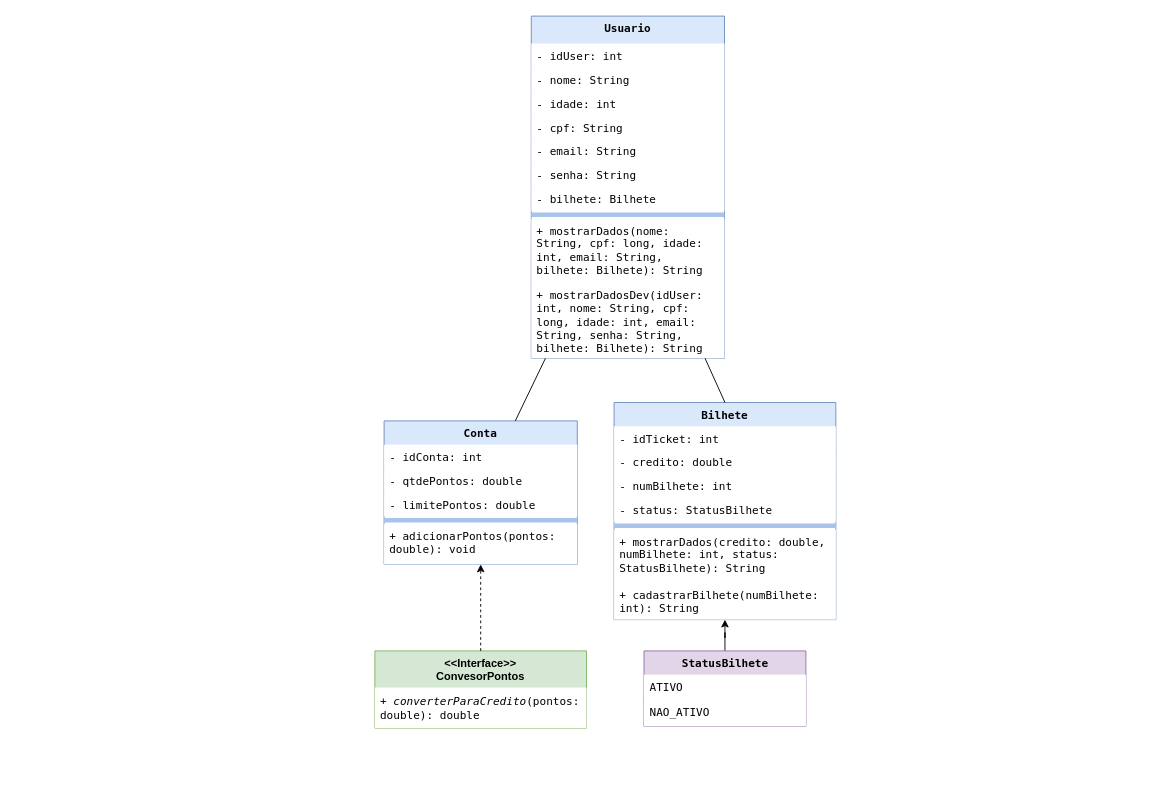
Earlier version of the draw.io diagram soulpass_project/java_soulpass_diagram.drawio (SoulPass-1TDSPJ/java_soulpass). Source tidied: cells renumbered, new cells numbered last; positions are measured from the earlier drawing's top-left corner, leaving out a move shared by most shapes. Both pictures are drawn from the tidied source at 92%, with x=0, y=0 at pixel (374, 16).
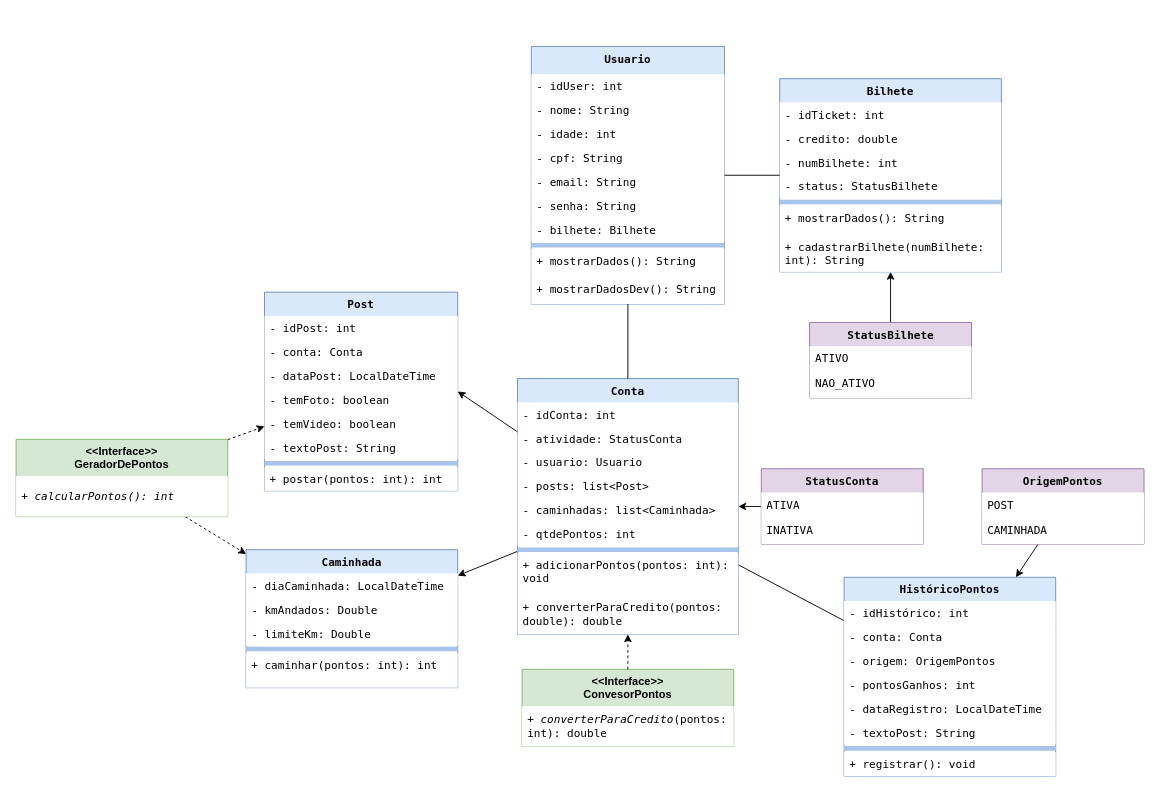
After the change.

Commit message:
docs: Diagrama de classes atualizado e concluido

What changed in the source:
```diff
@@
     <mxCell id="2" value="Usuario" style="swimlane;fontStyle=1;align=center;verticalAlign=top;horizontal=1;startSize=30;whiteSpace=wrap;html=1;fillColor=#dae8fc;strokeColor=#6c8ebf;rounded=0;swimlaneLine=0;arcSize=50;glass=0;shadow=0;fontColor=#000000;fontFamily=Lucida Console;" parent="1" vertex="1">
-      <mxGeometry x="170" width="210" height="372" as="geometry" />
+      <mxGeometry x="170" y="33" width="210" height="280" as="geometry" />
     </mxCell>
@@
-    <mxCell id="11" value="+ mostrarDados(nome: String, cpf: long, idade: int, email: String, bilhete: Bilhete): String" style="text;strokeColor=none;fillColor=#FFFFFF;align=left;verticalAlign=top;spacingLeft=4;spacingRight=4;overflow=hidden;whiteSpace=wrap;html=1;fontColor=#000000;rounded=0;fontFamily=Lucida Console;" parent="2" vertex="1">
-      <mxGeometry y="220" width="210" height="70" as="geometry" />
+    <mxCell id="11" value="+ mostrarDados(): String" style="text;strokeColor=none;fillColor=#FFFFFF;align=left;verticalAlign=top;spacingLeft=4;spacingRight=4;overflow=hidden;whiteSpace=wrap;html=1;fontColor=#000000;rounded=0;fontFamily=Lucida Console;" parent="2" vertex="1">
+      <mxGeometry y="220" width="210" height="30" as="geometry" />
     </mxCell>
-    <mxCell id="12" value="+ mostrarDadosDev(idUser: int, nome: String, cpf: long, idade: int, email: String, senha: String, bilhete: Bilhete): String" style="text;strokeColor=none;fillColor=#FFFFFF;align=left;verticalAlign=top;spacingLeft=4;spacingRight=4;overflow=hidden;whiteSpace=wrap;html=1;fontColor=#000000;rounded=0;fontFamily=Lucida Console;" parent="2" vertex="1">
-      <mxGeometry y="290" width="210" height="82" as="geometry" />
+    <mxCell id="12" value="+ mostrarDadosDev(): String" style="text;strokeColor=none;fillColor=#FFFFFF;align=left;verticalAlign=top;spacingLeft=4;spacingRight=4;overflow=hidden;whiteSpace=wrap;html=1;fontColor=#000000;rounded=0;fontFamily=Lucida Console;" parent="2" vertex="1">
+      <mxGeometry y="250" width="210" height="30" as="geometry" />
     </mxCell>
+    <mxCell id="36" style="rounded=0;jettySize=auto;html=1;" parent="1" edge="1" source="13" target="52">
+      <mxGeometry relative="1" as="geometry" />
+    </mxCell>
+    <mxCell id="37" style="rounded=0;jettySize=auto;html=1;endArrow=none;endFill=0;" parent="1" edge="1" source="13" target="67">
+      <mxGeometry relative="1" as="geometry" />
+    </mxCell>
     <mxCell id="13" value="Conta" style="swimlane;fontStyle=1;align=center;verticalAlign=top;horizontal=1;startSize=26;whiteSpace=wrap;html=1;fillColor=#dae8fc;strokeColor=#6c8ebf;shadow=0;swimlaneLine=0;rounded=0;fontColor=#000000;fontFamily=Lucida Console;" parent="1" vertex="1">
-      <mxGeometry x="10" y="440" width="210" height="156" as="geometry" />
+      <mxGeometry x="155" y="394" width="240" height="278" as="geometry" />
     </mxCell>
     <mxCell id="14" value="- idConta: int" style="text;align=left;verticalAlign=top;spacingLeft=4;spacingRight=4;overflow=hidden;whiteSpace=wrap;html=1;glass=0;fillColor=#FFFFFF;fontColor=#000000;strokeColor=none;fontFamily=Lucida Console;" parent="13" vertex="1">
-      <mxGeometry y="26" width="210" height="26" as="geometry" />
+      <mxGeometry y="26" width="240" height="26" as="geometry" />
     </mxCell>
+    <mxCell id="38" value="- atividade: StatusConta" style="text;align=left;verticalAlign=top;spacingLeft=4;spacingRight=4;overflow=hidden;whiteSpace=wrap;html=1;glass=0;fillColor=#FFFFFF;fontColor=#000000;strokeColor=none;fontFamily=Lucida Console;" parent="13" vertex="1">
+      <mxGeometry y="52" width="240" height="26" as="geometry" />
+    </mxCell>
+    <mxCell id="39" value="- usuario: Usuario" style="text;align=left;verticalAlign=top;spacingLeft=4;spacingRight=4;overflow=hidden;whiteSpace=wrap;html=1;glass=0;fillColor=#FFFFFF;fontColor=#000000;strokeColor=none;fontFamily=Lucida Console;" parent="13" vertex="1">
+      <mxGeometry y="78" width="240" height="26" as="geometry" />
+    </mxCell>
+    <mxCell id="40" value="- posts: list&amp;lt;Post&amp;gt;" style="text;align=left;verticalAlign=top;spacingLeft=4;spacingRight=4;overflow=hidden;whiteSpace=wrap;html=1;glass=0;fillColor=#FFFFFF;fontColor=#000000;strokeColor=none;fontFamily=Lucida Console;" parent="13" vertex="1">
+      <mxGeometry y="104" width="240" height="26" as="geometry" />
+    </mxCell>
+    <mxCell id="41" value="- caminhadas: list&amp;lt;Caminhada&amp;gt;" style="text;align=left;verticalAlign=top;spacingLeft=4;spacingRight=4;overflow=hidden;whiteSpace=wrap;html=1;glass=0;fillColor=#FFFFFF;fontColor=#000000;strokeColor=none;fontFamily=Lucida Console;" parent="13" vertex="1">
+      <mxGeometry y="130" width="240" height="26" as="geometry" />
+    </mxCell>
-    <mxCell id="15" value="- qtdePontos: double" style="text;strokeColor=none;fillColor=#FFFFFF;align=left;verticalAlign=top;spacingLeft=4;spacingRight=4;overflow=hidden;whiteSpace=wrap;html=1;fontColor=#000000;fontFamily=Lucida Console;" parent="13" vertex="1">
-      <mxGeometry y="52" width="210" height="26" as="geometry" />
+    <mxCell id="15" value="- qtdePontos: int" style="text;strokeColor=none;fillColor=#FFFFFF;align=left;verticalAlign=top;spacingLeft=4;spacingRight=4;overflow=hidden;whiteSpace=wrap;html=1;fontColor=#000000;fontFamily=Lucida Console;" parent="13" vertex="1">
+      <mxGeometry y="156" width="240" height="26" as="geometry" />
     </mxCell>
-    <mxCell id="16" value="- limitePontos: double" style="text;strokeColor=none;fillColor=#FFFFFF;align=left;verticalAlign=top;spacingLeft=4;spacingRight=4;overflow=hidden;whiteSpace=wrap;html=1;fontColor=#000000;fontFamily=Lucida Console;" parent="13" vertex="1">
-      <mxGeometry y="78" width="210" height="26" as="geometry" />
-    </mxCell>
     <mxCell id="17" style="line;strokeWidth=5;fillColor=none;align=left;verticalAlign=middle;spacingTop=-1;spacingLeft=3;spacingRight=3;labelPosition=right;strokeColor=#A9C4EB;" parent="13" vertex="1">
-      <mxGeometry y="104" width="210" height="8" as="geometry" />
+      <mxGeometry y="182" width="240" height="8" as="geometry" />
     </mxCell>
-    <mxCell id="18" value="+ adicionarPontos(pontos: double): void" style="text;strokeColor=none;fillColor=#FFFFFF;align=left;verticalAlign=top;spacingLeft=4;spacingRight=4;overflow=hidden;whiteSpace=wrap;html=1;fontColor=#000000;fontFamily=Lucida Console;" parent="13" vertex="1">
-      <mxGeometry y="112" width="210" height="44" as="geometry" />
+    <mxCell id="18" value="+ adicionarPontos(pontos: int): void" style="text;strokeColor=none;fillColor=#FFFFFF;align=left;verticalAlign=top;spacingLeft=4;spacingRight=4;overflow=hidden;whiteSpace=wrap;html=1;fontColor=#000000;fontFamily=Lucida Console;" parent="13" vertex="1">
+      <mxGeometry y="190" width="240" height="44" as="geometry" />
     </mxCell>
+    <mxCell id="42" value="+ converterParaCredito(pontos: double): double" style="text;strokeColor=none;fillColor=#FFFFFF;align=left;verticalAlign=middle;spacingLeft=4;spacingRight=4;overflow=hidden;whiteSpace=wrap;html=1;fontColor=#000000;fontFamily=Lucida Console;" parent="13" vertex="1">
+      <mxGeometry y="234" width="240" height="44" as="geometry" />
+    </mxCell>
@@
     <mxCell id="20" value="StatusBilhete" style="swimlane;fontStyle=1;align=center;verticalAlign=top;horizontal=1;startSize=26;whiteSpace=wrap;html=1;fillColor=#e1d5e7;strokeColor=#9673a6;swimlaneLine=0;fontColor=#000000;fontFamily=Lucida Console;" parent="1" vertex="1">
-      <mxGeometry x="292.5" y="690" width="176" height="82" as="geometry" />
+      <mxGeometry x="472.5" y="333" width="176" height="82" as="geometry" />
     </mxCell>
@@
     <mxCell id="23" value="Bilhete" style="swimlane;fontStyle=1;align=center;verticalAlign=top;horizontal=1;startSize=26;whiteSpace=wrap;html=1;fillColor=#dae8fc;strokeColor=#6c8ebf;rounded=0;swimlaneLine=0;fontColor=#000000;fontFamily=Lucida Console;" parent="1" vertex="1">
-      <mxGeometry x="260" y="420" width="241" height="236" as="geometry" />
+      <mxGeometry x="440" y="68" width="241" height="210" as="geometry" />
     </mxCell>
@@
-    <mxCell id="29" value="+ mostrarDados(credito: double, numBilhete: int, status: StatusBilhete): String" style="text;strokeColor=none;fillColor=#FFFFFF;align=left;verticalAlign=top;spacingLeft=4;spacingRight=4;overflow=hidden;whiteSpace=wrap;html=1;fontColor=#000000;fontFamily=Lucida Console;" parent="23" vertex="1">
-      <mxGeometry y="138" width="241" height="58" as="geometry" />
+    <mxCell id="29" value="+ mostrarDados(): String" style="text;strokeColor=none;fillColor=#FFFFFF;align=left;verticalAlign=top;spacingLeft=4;spacingRight=4;overflow=hidden;whiteSpace=wrap;html=1;fontColor=#000000;fontFamily=Lucida Console;" parent="23" vertex="1">
+      <mxGeometry y="138" width="241" height="32" as="geometry" />
     </mxCell>
     <mxCell id="30" value="+ cadastrarBilhete(numBilhete: int): String" style="text;strokeColor=none;fillColor=default;align=left;verticalAlign=top;spacingLeft=4;spacingRight=4;overflow=hidden;whiteSpace=wrap;html=1;fontFamily=Lucida Console;fontColor=#000000;" parent="23" vertex="1">
-      <mxGeometry y="196" width="241" height="40" as="geometry" />
+      <mxGeometry y="170" width="241" height="40" as="geometry" />
     </mxCell>
     <mxCell id="31" value="&lt;div&gt;&amp;lt;&amp;lt;Interface&amp;gt;&amp;gt;&lt;/div&gt;ConvesorPontos" style="swimlane;fontStyle=1;align=center;verticalAlign=top;horizontal=1;startSize=40;whiteSpace=wrap;html=1;fillColor=#d5e8d4;strokeColor=#82b366;swimlaneLine=0;" parent="1" vertex="1">
-      <mxGeometry y="690" width="230" height="84" as="geometry" />
+      <mxGeometry x="160" y="710" width="230" height="84" as="geometry" />
     </mxCell>
-    <mxCell id="32" value="+ &lt;i&gt;converterParaCredito&lt;/i&gt;(pontos: double): double" style="text;strokeColor=none;fillColor=#FFFFFF;align=left;verticalAlign=middle;spacingLeft=4;spacingRight=4;overflow=hidden;whiteSpace=wrap;html=1;fontColor=#000000;fontFamily=Lucida Console;" parent="31" vertex="1">
+    <mxCell id="32" value="+ &lt;i&gt;converterParaCredito&lt;/i&gt;(pontos: int): double" style="text;strokeColor=none;fillColor=#FFFFFF;align=left;verticalAlign=middle;spacingLeft=4;spacingRight=4;overflow=hidden;whiteSpace=wrap;html=1;fontColor=#000000;fontFamily=Lucida Console;" parent="31" vertex="1">
       <mxGeometry y="40" width="230" height="44" as="geometry" />
     </mxCell>
@@
-    <mxCell id="35" style="endArrow=none;html=1;rounded=0;entryX=0.5;entryY=0;entryDx=0;entryDy=0;" parent="1" edge="1" source="2" target="23">
+    <mxCell id="35" style="endArrow=none;html=1;rounded=0;" parent="1" edge="1" source="2" target="23">
       <mxGeometry relative="1" as="geometry" />
     </mxCell>
+    <mxCell id="43" value="Post" style="swimlane;fontStyle=1;align=center;verticalAlign=top;horizontal=1;startSize=26;whiteSpace=wrap;html=1;fillColor=#dae8fc;strokeColor=#6c8ebf;shadow=0;swimlaneLine=0;rounded=0;fontColor=#000000;fontFamily=Lucida Console;" parent="1" vertex="1">
+      <mxGeometry x="-120" y="300" width="210" height="216" as="geometry" />
+    </mxCell>
+    <mxCell id="44" value="- idPost: int" style="text;align=left;verticalAlign=top;spacingLeft=4;spacingRight=4;overflow=hidden;whiteSpace=wrap;html=1;glass=0;fillColor=#FFFFFF;fontColor=#000000;strokeColor=none;fontFamily=Lucida Console;" parent="43" vertex="1">
+      <mxGeometry y="26" width="210" height="26" as="geometry" />
+    </mxCell>
+    <mxCell id="45" value="- conta: Conta" style="text;align=left;verticalAlign=top;spacingLeft=4;spacingRight=4;overflow=hidden;whiteSpace=wrap;html=1;glass=0;fillColor=#FFFFFF;fontColor=#000000;strokeColor=none;fontFamily=Lucida Console;" parent="43" vertex="1">
+      <mxGeometry y="52" width="210" height="26" as="geometry" />
+    </mxCell>
+    <mxCell id="46" value="- dataPost: LocalDateTime" style="text;align=left;verticalAlign=top;spacingLeft=4;spacingRight=4;overflow=hidden;whiteSpace=wrap;html=1;glass=0;fillColor=#FFFFFF;fontColor=#000000;strokeColor=none;fontFamily=Lucida Console;" parent="43" vertex="1">
+      <mxGeometry y="78" width="210" height="26" as="geometry" />
+    </mxCell>
+    <mxCell id="47" value="- temFoto: boolean" style="text;strokeColor=none;fillColor=#FFFFFF;align=left;verticalAlign=top;spacingLeft=4;spacingRight=4;overflow=hidden;whiteSpace=wrap;html=1;fontColor=#000000;fontFamily=Lucida Console;" parent="43" vertex="1">
+      <mxGeometry y="104" width="210" height="26" as="geometry" />
+    </mxCell>
+    <mxCell id="48" value="- temVideo: boolean" style="text;strokeColor=none;fillColor=#FFFFFF;align=left;verticalAlign=top;spacingLeft=4;spacingRight=4;overflow=hidden;whiteSpace=wrap;html=1;fontColor=#000000;fontFamily=Lucida Console;" parent="43" vertex="1">
+      <mxGeometry y="130" width="210" height="26" as="geometry" />
+    </mxCell>
+    <mxCell id="49" value="- textoPost: String" style="text;strokeColor=none;fillColor=#FFFFFF;align=left;verticalAlign=top;spacingLeft=4;spacingRight=4;overflow=hidden;whiteSpace=wrap;html=1;fontColor=#000000;fontFamily=Lucida Console;" parent="43" vertex="1">
+      <mxGeometry y="156" width="210" height="26" as="geometry" />
+    </mxCell>
+    <mxCell id="50" style="line;strokeWidth=5;fillColor=none;align=left;verticalAlign=middle;spacingTop=-1;spacingLeft=3;spacingRight=3;labelPosition=right;strokeColor=#A9C4EB;" parent="43" vertex="1">
+      <mxGeometry y="182" width="210" height="8" as="geometry" />
+    </mxCell>
+    <mxCell id="51" value="+ postar(pontos: int): int" style="text;strokeColor=none;fillColor=#FFFFFF;align=left;verticalAlign=top;spacingLeft=4;spacingRight=4;overflow=hidden;whiteSpace=wrap;html=1;fontColor=#000000;fontFamily=Lucida Console;" parent="43" vertex="1">
+      <mxGeometry y="190" width="210" height="26" as="geometry" />
+    </mxCell>
+    <mxCell id="52" value="Caminhada" style="swimlane;fontStyle=1;align=center;verticalAlign=top;horizontal=1;startSize=26;whiteSpace=wrap;html=1;fillColor=#dae8fc;strokeColor=#6c8ebf;shadow=0;swimlaneLine=0;rounded=0;fontColor=#000000;fontFamily=Lucida Console;" parent="1" vertex="1">
+      <mxGeometry x="-140" y="580" width="230" height="150" as="geometry" />
+    </mxCell>
+    <mxCell id="53" value="- diaCaminhada: LocalDateTime" style="text;align=left;verticalAlign=top;spacingLeft=4;spacingRight=4;overflow=hidden;whiteSpace=wrap;html=1;glass=0;fillColor=#FFFFFF;fontColor=#000000;strokeColor=none;fontFamily=Lucida Console;" parent="52" vertex="1">
+      <mxGeometry y="26" width="230" height="26" as="geometry" />
+    </mxCell>
+    <mxCell id="54" value="- kmAndados: Double" style="text;align=left;verticalAlign=top;spacingLeft=4;spacingRight=4;overflow=hidden;whiteSpace=wrap;html=1;glass=0;fillColor=#FFFFFF;fontColor=#000000;strokeColor=none;fontFamily=Lucida Console;" parent="52" vertex="1">
+      <mxGeometry y="52" width="230" height="26" as="geometry" />
+    </mxCell>
+    <mxCell id="55" value="- limiteKm: Double" style="text;align=left;verticalAlign=top;spacingLeft=4;spacingRight=4;overflow=hidden;whiteSpace=wrap;html=1;glass=0;fillColor=#FFFFFF;fontColor=#000000;strokeColor=none;fontFamily=Lucida Console;" parent="52" vertex="1">
+      <mxGeometry y="78" width="230" height="26" as="geometry" />
+    </mxCell>
+    <mxCell id="56" style="line;strokeWidth=5;fillColor=none;align=left;verticalAlign=middle;spacingTop=-1;spacingLeft=3;spacingRight=3;labelPosition=right;strokeColor=#A9C4EB;" parent="52" vertex="1">
+      <mxGeometry y="104" width="230" height="8" as="geometry" />
+    </mxCell>
+    <mxCell id="57" value="+ caminhar(pontos: int): int" style="text;strokeColor=none;fillColor=#FFFFFF;align=left;verticalAlign=top;spacingLeft=4;spacingRight=4;overflow=hidden;whiteSpace=wrap;html=1;fontColor=#000000;fontFamily=Lucida Console;" parent="52" vertex="1">
+      <mxGeometry y="112" width="230" height="38" as="geometry" />
+    </mxCell>
+    <mxCell id="58" style="rounded=0;jettySize=auto;html=1;entryX=1;entryY=0.5;entryDx=0;entryDy=0;" parent="1" edge="1" source="13" target="43">
+      <mxGeometry relative="1" as="geometry" />
+    </mxCell>
+    <mxCell id="59" style="rounded=0;jettySize=auto;html=1;endArrow=classic;endFill=1;" parent="1" edge="1" source="60" target="13">
+      <mxGeometry relative="1" as="geometry" />
+    </mxCell>
+    <mxCell id="60" value="StatusConta" style="swimlane;fontStyle=1;align=center;verticalAlign=top;horizontal=1;startSize=26;whiteSpace=wrap;html=1;fillColor=#e1d5e7;strokeColor=#9673a6;swimlaneLine=0;fontColor=#000000;fontFamily=Lucida Console;" parent="1" vertex="1">
+      <mxGeometry x="420" y="492" width="176" height="82" as="geometry" />
+    </mxCell>
+    <mxCell id="61" value="ATIVA" style="text;strokeColor=none;fillColor=#FFFFFF;align=left;verticalAlign=top;spacingLeft=4;spacingRight=4;overflow=hidden;whiteSpace=wrap;html=1;fontColor=#000000;fontFamily=Lucida Console;" parent="60" vertex="1">
+      <mxGeometry y="26" width="176" height="26" as="geometry" />
+    </mxCell>
+    <mxCell id="62" value="INATIVA" style="text;strokeColor=none;fillColor=#FFFFFF;align=left;verticalAlign=middle;spacingLeft=4;spacingRight=4;overflow=hidden;whiteSpace=wrap;html=1;fontColor=#000000;fontFamily=Lucida Console;" parent="60" vertex="1">
+      <mxGeometry y="52" width="176" height="30" as="geometry" />
+    </mxCell>
+    <mxCell id="63" style="rounded=0;jettySize=auto;html=1;endArrow=classic;endFill=1;" parent="1" edge="1" source="64" target="67">
+      <mxGeometry relative="1" as="geometry" />
+    </mxCell>
+    <mxCell id="64" value="OrigemPontos" style="swimlane;fontStyle=1;align=center;verticalAlign=top;horizontal=1;startSize=26;whiteSpace=wrap;html=1;fillColor=#e1d5e7;strokeColor=#9673a6;swimlaneLine=0;fontColor=#000000;fontFamily=Lucida Console;" parent="1" vertex="1">
+      <mxGeometry x="660" y="492" width="176" height="82" as="geometry" />
+    </mxCell>
+    <mxCell id="65" value="POST" style="text;strokeColor=none;fillColor=#FFFFFF;align=left;verticalAlign=top;spacingLeft=4;spacingRight=4;overflow=hidden;whiteSpace=wrap;html=1;fontColor=#000000;fontFamily=Lucida Console;" parent="64" vertex="1">
+      <mxGeometry y="26" width="176" height="26" as="geometry" />
+    </mxCell>
+    <mxCell id="66" value="CAMINHADA" style="text;strokeColor=none;fillColor=#FFFFFF;align=left;verticalAlign=middle;spacingLeft=4;spacingRight=4;overflow=hidden;whiteSpace=wrap;html=1;fontColor=#000000;fontFamily=Lucida Console;" parent="64" vertex="1">
+      <mxGeometry y="52" width="176" height="30" as="geometry" />
+    </mxCell>
+    <mxCell id="67" value="HistóricoPontos" style="swimlane;fontStyle=1;align=center;verticalAlign=top;horizontal=1;startSize=26;whiteSpace=wrap;html=1;fillColor=#dae8fc;strokeColor=#6c8ebf;shadow=0;swimlaneLine=0;rounded=0;fontColor=#000000;fontFamily=Lucida Console;" parent="1" vertex="1">
+      <mxGeometry x="510" y="610" width="230" height="216" as="geometry" />
+    </mxCell>
+    <mxCell id="68" value="- idHistórico: int" style="text;align=left;verticalAlign=top;spacingLeft=4;spacingRight=4;overflow=hidden;whiteSpace=wrap;html=1;glass=0;fillColor=#FFFFFF;fontColor=#000000;strokeColor=none;fontFamily=Lucida Console;" parent="67" vertex="1">
+      <mxGeometry y="26" width="230" height="26" as="geometry" />
+    </mxCell>
+    <mxCell id="69" value="- conta: Conta" style="text;align=left;verticalAlign=top;spacingLeft=4;spacingRight=4;overflow=hidden;whiteSpace=wrap;html=1;glass=0;fillColor=#FFFFFF;fontColor=#000000;strokeColor=none;fontFamily=Lucida Console;" parent="67" vertex="1">
+      <mxGeometry y="52" width="230" height="26" as="geometry" />
+    </mxCell>
+    <mxCell id="70" value="- origem: OrigemPontos" style="text;align=left;verticalAlign=top;spacingLeft=4;spacingRight=4;overflow=hidden;whiteSpace=wrap;html=1;glass=0;fillColor=#FFFFFF;fontColor=#000000;strokeColor=none;fontFamily=Lucida Console;" parent="67" vertex="1">
+      <mxGeometry y="78" width="230" height="26" as="geometry" />
+    </mxCell>
+    <mxCell id="71" value="- pontosGanhos: int" style="text;strokeColor=none;fillColor=#FFFFFF;align=left;verticalAlign=top;spacingLeft=4;spacingRight=4;overflow=hidden;whiteSpace=wrap;html=1;fontColor=#000000;fontFamily=Lucida Console;" parent="67" vertex="1">
+      <mxGeometry y="104" width="230" height="26" as="geometry" />
+    </mxCell>
+    <mxCell id="72" value="- dataRegistro: LocalDateTime" style="text;strokeColor=none;fillColor=#FFFFFF;align=left;verticalAlign=top;spacingLeft=4;spacingRight=4;overflow=hidden;whiteSpace=wrap;html=1;fontColor=#000000;fontFamily=Lucida Console;" parent="67" vertex="1">
+      <mxGeometry y="130" width="230" height="26" as="geometry" />
+    </mxCell>
+    <mxCell id="73" value="- textoPost: String" style="text;strokeColor=none;fillColor=#FFFFFF;align=left;verticalAlign=top;spacingLeft=4;spacingRight=4;overflow=hidden;whiteSpace=wrap;html=1;fontColor=#000000;fontFamily=Lucida Console;" parent="67" vertex="1">
+      <mxGeometry y="156" width="230" height="26" as="geometry" />
+    </mxCell>
+    <mxCell id="74" style="line;strokeWidth=5;fillColor=none;align=left;verticalAlign=middle;spacingTop=-1;spacingLeft=3;spacingRight=3;labelPosition=right;strokeColor=#A9C4EB;" parent="67" vertex="1">
+      <mxGeometry y="182" width="230" height="8" as="geometry" />
+    </mxCell>
+    <mxCell id="75" value="+ registrar(): void" style="text;strokeColor=none;fillColor=#FFFFFF;align=left;verticalAlign=top;spacingLeft=4;spacingRight=4;overflow=hidden;whiteSpace=wrap;html=1;fontColor=#000000;fontFamily=Lucida Console;" parent="67" vertex="1">
+      <mxGeometry y="190" width="230" height="26" as="geometry" />
+    </mxCell>
+    <mxCell id="76" style="rounded=0;jettySize=auto;html=1;dashed=1;" parent="1" edge="1" source="78" target="43">
+      <mxGeometry relative="1" as="geometry" />
+    </mxCell>
+    <mxCell id="77" style="rounded=0;jettySize=auto;html=1;dashed=1;" parent="1" edge="1" source="78" target="52">
+      <mxGeometry relative="1" as="geometry" />
+    </mxCell>
+    <mxCell id="78" value="&lt;div&gt;&amp;lt;&amp;lt;Interface&amp;gt;&amp;gt;&lt;/div&gt;&lt;div&gt;GeradorDePontos&lt;/div&gt;" style="swimlane;fontStyle=1;align=center;verticalAlign=top;horizontal=1;startSize=40;whiteSpace=wrap;html=1;fillColor=#d5e8d4;strokeColor=#82b366;swimlaneLine=0;" parent="1" vertex="1">
+      <mxGeometry x="-390" y="460" width="230" height="84" as="geometry" />
+    </mxCell>
+    <mxCell id="79" value="+ &lt;i&gt;calcularPontos(): int&lt;/i&gt;" style="text;strokeColor=none;fillColor=#FFFFFF;align=left;verticalAlign=middle;spacingLeft=4;spacingRight=4;overflow=hidden;whiteSpace=wrap;html=1;fontColor=#000000;fontFamily=Lucida Console;" parent="78" vertex="1">
+      <mxGeometry y="40" width="230" height="44" as="geometry" />
+    </mxCell>
```
